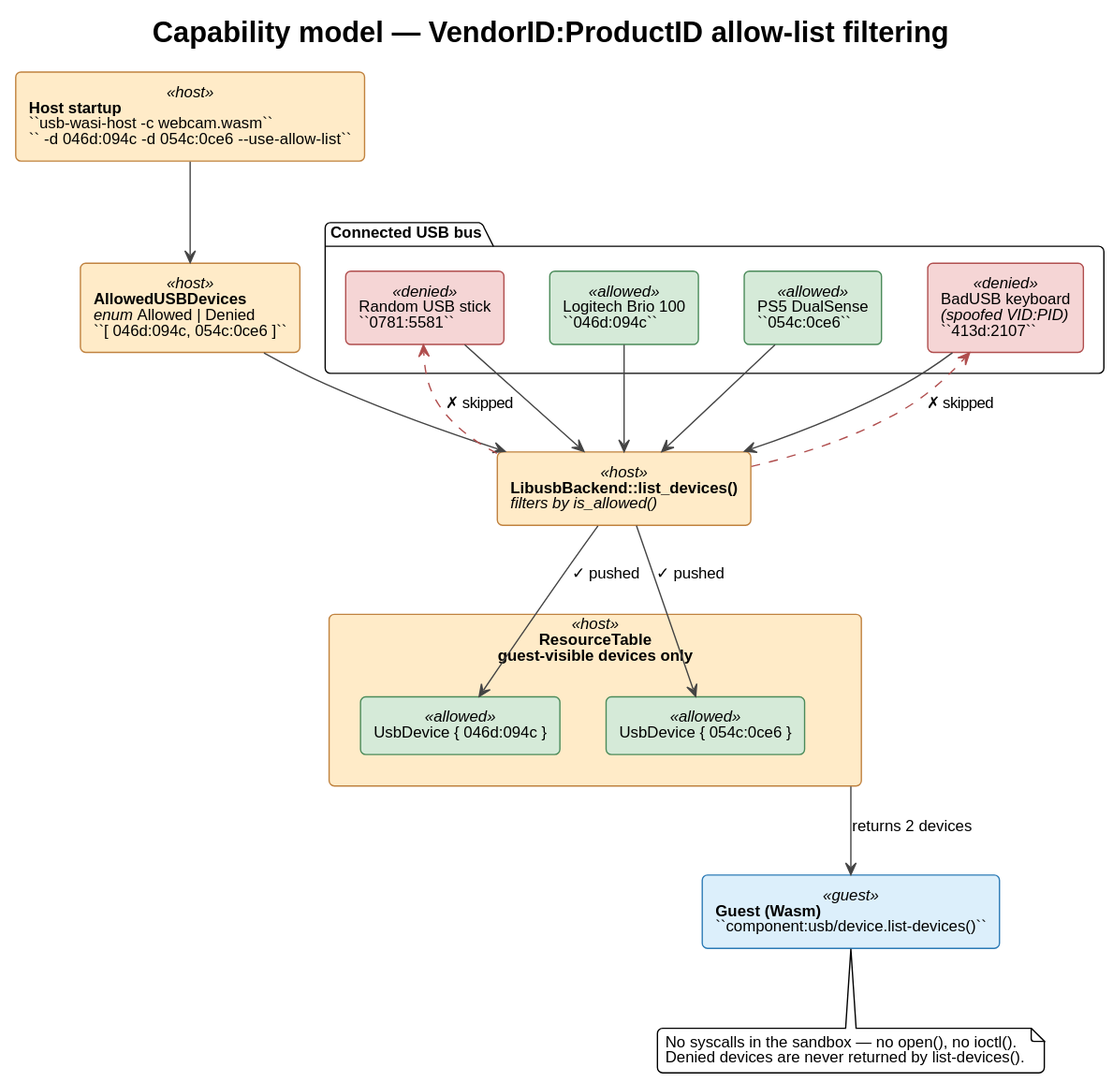
Earlier version of the PlantUML export diagrams/capability_model.svg (idlab-discover/masters-sibren-wieme).
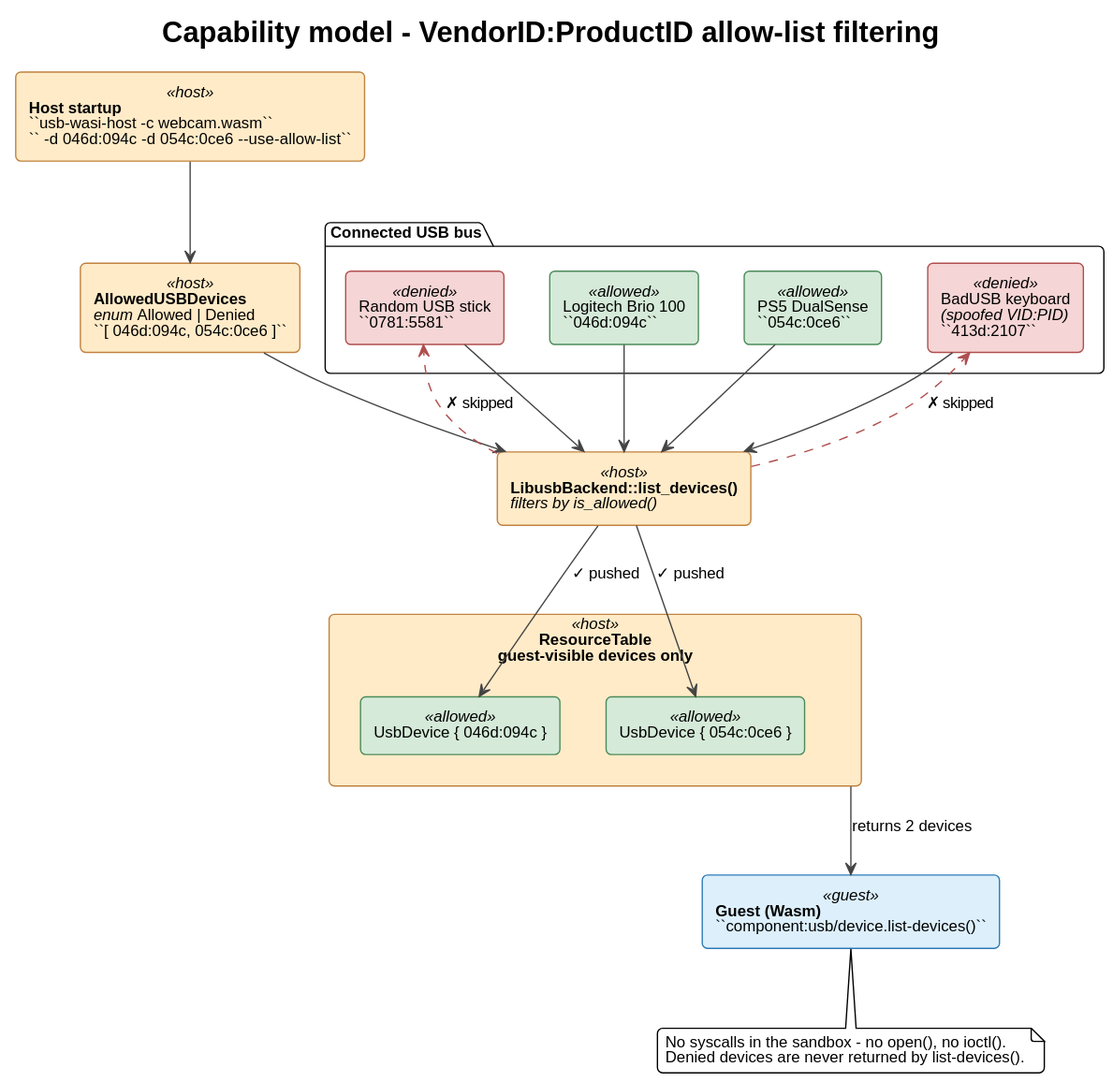
Above is the later version.

What changed in the source:
```diff
@@ -6,7 +6,7 @@
 skinparam defaultFontSize 12
 skinparam ArrowColor #444
 
-title Capability model — VendorID:ProductID allow-list filtering
+title Capability model - VendorID:ProductID allow-list filtering
 
 skinparam rectangle {
   BackgroundColor<<allowed>>  #D5EAD8
@@ -55,7 +55,7 @@
 rt --> guest : returns 2 devices
 
 note bottom of guest
-  No syscalls in the sandbox — no open(), no ioctl().
+  No syscalls in the sandbox - no open(), no ioctl().
   Denied devices are never returned by list-devices().
 end note
 @enduml
```
